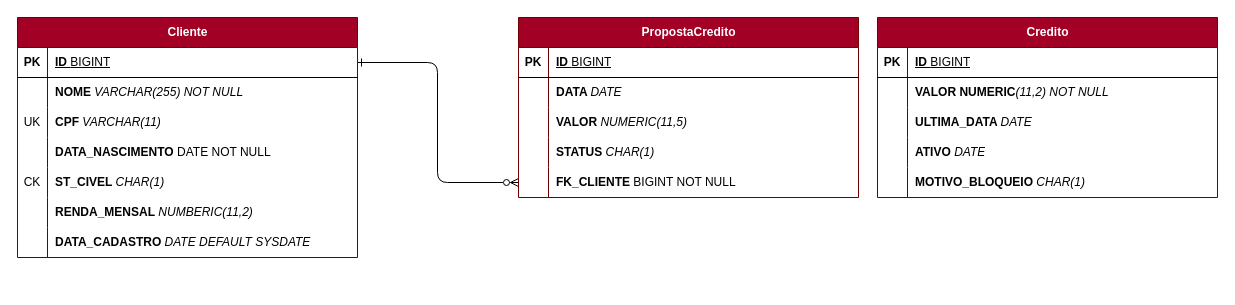
JAILTONDPAULA/atividade2 keeps this draw.io diagram as src/main/resources/cets/DER.drawio. Above is the earlier version. Source tidied: cells renumbered, new cells numbered last; positions are measured from the earlier drawing's top-left corner, leaving out a move shared by most shapes. Both pictures are drawn from the tidied source at 100%, with x=0, y=0 at pixel (17, 17).
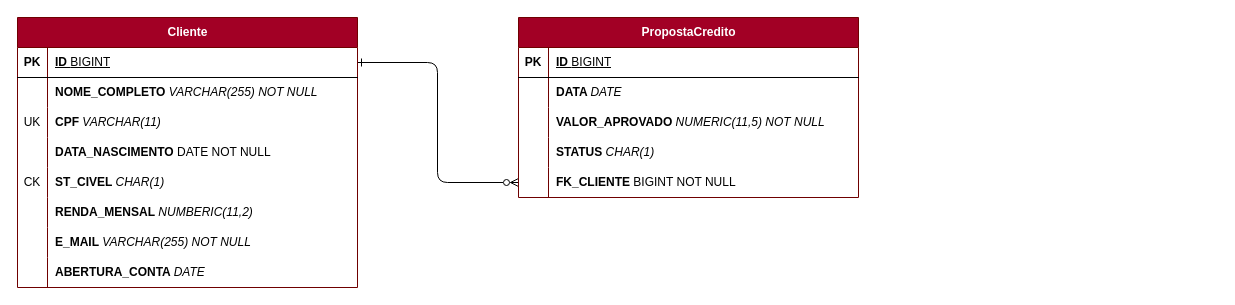
The same diagram, later.

The change refers to these unchanged cells:
```xml
<mxCell id="7" style="shape=tableRow;horizontal=0;startSize=0;swimlaneHead=0;swimlaneBody=0;fillColor=none;top=0;left=0;right=0;bottom=0;" parent="3" vertex="1">
  <mxGeometry y="60" width="340" height="30" as="geometry" />
</mxCell>
<mxCell id="22" style="shape=tableRow;horizontal=0;startSize=0;swimlaneHead=0;swimlaneBody=0;fillColor=none;top=0;left=0;right=0;bottom=0;" parent="3" vertex="1">
  <mxGeometry y="210" width="340" height="30" as="geometry" />
</mxCell>
<mxCell id="48" style="shape=tableRow;horizontal=0;startSize=0;swimlaneHead=0;swimlaneBody=0;fillColor=none;top=0;left=0;right=0;bottom=0;" parent="41" vertex="1">
  <mxGeometry y="90" width="340" height="30" as="geometry" />
</mxCell>
```

Change to the diagram source:
```diff
@@
     <mxCell id="3" value="Cliente" style="shape=table;startSize=30;childLayout=tableLayout;rowLines=0;fontStyle=1;align=center;html=1;fillColor=#a20025;fontColor=#ffffff;strokeColor=#6F0000;swimlaneFillColor=default;" parent="1" vertex="1">
-      <mxGeometry width="340" height="240" as="geometry" />
+      <mxGeometry width="340" height="270" as="geometry" />
     </mxCell>
@@
-    <mxCell id="9" value="&lt;b&gt;NOME &lt;/b&gt;&lt;i&gt;VARCHAR(255) NOT NULL&lt;/i&gt;" style="shape=partialRectangle;fillColor=none;top=0;left=0;bottom=0;right=0;align=left;spacingLeft=6;overflow=hidden;whiteSpace=wrap;html=1;" parent="7" vertex="1">
+    <mxCell id="9" value="&lt;b&gt;NOME_COMPLETO&amp;nbsp;&lt;/b&gt;&lt;i&gt;VARCHAR(255) NOT NULL&lt;/i&gt;" style="shape=partialRectangle;fillColor=none;top=0;left=0;bottom=0;right=0;align=left;spacingLeft=6;overflow=hidden;whiteSpace=wrap;html=1;" parent="7" vertex="1">
       <mxGeometry x="30" width="310" height="30" as="geometry" />
     </mxCell>
@@
-    <mxCell id="24" value="&lt;b&gt;DATA_CADASTRO&amp;nbsp;&lt;/b&gt;&lt;i&gt;DATE DEFAULT SYSDATE&amp;nbsp;&lt;/i&gt;" style="shape=partialRectangle;fillColor=none;top=0;left=0;bottom=0;right=0;align=left;spacingLeft=6;overflow=hidden;whiteSpace=wrap;html=1;" parent="22" vertex="1">
+    <mxCell id="24" value="&lt;b&gt;E_MAIL &lt;/b&gt;&lt;i&gt;VARCHAR(255) NOT NULL&amp;nbsp;&lt;/i&gt;" style="shape=partialRectangle;fillColor=none;top=0;left=0;bottom=0;right=0;align=left;spacingLeft=6;overflow=hidden;whiteSpace=wrap;html=1;" parent="22" vertex="1">
       <mxGeometry x="30" width="310" height="30" as="geometry" />
     </mxCell>
-    <mxCell id="25" value="Credito" style="shape=table;startSize=30;childLayout=tableLayout;rowLines=0;fontStyle=1;align=center;html=1;fillColor=#a20025;fontColor=#ffffff;strokeColor=#6F0000;swimlaneFillColor=default;" parent="1" vertex="1">
-      <mxGeometry x="860" width="340" height="180" as="geometry" />
-    </mxCell>
-    <mxCell id="26" style="shape=tableRow;horizontal=0;startSize=0;swimlaneHead=0;swimlaneBody=0;fillColor=none;top=0;left=0;right=0;bottom=1;" parent="25" vertex="1">
-      <mxGeometry y="30" width="340" height="30" as="geometry" />
-    </mxCell>
-    <mxCell id="27" value="PK" style="shape=partialRectangle;fillColor=none;top=0;left=0;bottom=0;right=0;fontStyle=1;overflow=hidden;whiteSpace=wrap;html=1;" parent="26" vertex="1">
-      <mxGeometry width="30" height="30" as="geometry" />
-    </mxCell>
-    <mxCell id="28" value="ID &lt;span style=&quot;font-weight: normal;&quot;&gt;BIGINT&lt;/span&gt;" style="shape=partialRectangle;fillColor=none;top=0;left=0;bottom=0;right=0;align=left;spacingLeft=6;fontStyle=5;overflow=hidden;whiteSpace=wrap;html=1;" parent="26" vertex="1">
-      <mxGeometry x="30" width="310" height="30" as="geometry" />
-    </mxCell>
-    <mxCell id="29" style="shape=tableRow;horizontal=0;startSize=0;swimlaneHead=0;swimlaneBody=0;fillColor=none;top=0;left=0;right=0;bottom=0;" parent="25" vertex="1">
-      <mxGeometry y="60" width="340" height="30" as="geometry" />
-    </mxCell>
-    <mxCell id="30" style="shape=partialRectangle;fillColor=none;top=0;left=0;bottom=0;right=0;overflow=hidden;whiteSpace=wrap;html=1;" parent="29" vertex="1">
-      <mxGeometry width="30" height="30" as="geometry" />
-    </mxCell>
-    <mxCell id="31" value="&lt;b&gt;VALOR NUMERIC&lt;/b&gt;&lt;i&gt;(11,2) NOT NULL&lt;/i&gt;" style="shape=partialRectangle;fillColor=none;top=0;left=0;bottom=0;right=0;align=left;spacingLeft=6;overflow=hidden;whiteSpace=wrap;html=1;" parent="29" vertex="1">
-      <mxGeometry x="30" width="310" height="30" as="geometry" />
-    </mxCell>
-    <mxCell id="32" style="shape=tableRow;horizontal=0;startSize=0;swimlaneHead=0;swimlaneBody=0;fillColor=none;top=0;left=0;right=0;bottom=0;" parent="25" vertex="1">
-      <mxGeometry y="90" width="340" height="30" as="geometry" />
-    </mxCell>
-    <mxCell id="33" style="shape=partialRectangle;fillColor=none;top=0;left=0;bottom=0;right=0;overflow=hidden;whiteSpace=wrap;html=1;" parent="32" vertex="1">
-      <mxGeometry width="30" height="30" as="geometry" />
-    </mxCell>
-    <mxCell id="34" value="&lt;b&gt;ULTIMA_DATA &lt;/b&gt;&lt;i style=&quot;&quot;&gt;DATE&lt;/i&gt;" style="shape=partialRectangle;fillColor=none;top=0;left=0;bottom=0;right=0;align=left;spacingLeft=6;overflow=hidden;whiteSpace=wrap;html=1;" parent="32" vertex="1">
-      <mxGeometry x="30" width="310" height="30" as="geometry" />
-    </mxCell>
-    <mxCell id="35" style="shape=tableRow;horizontal=0;startSize=0;swimlaneHead=0;swimlaneBody=0;fillColor=none;top=0;left=0;right=0;bottom=0;" parent="25" vertex="1">
-      <mxGeometry y="120" width="340" height="30" as="geometry" />
-    </mxCell>
-    <mxCell id="36" style="shape=partialRectangle;fillColor=none;top=0;left=0;bottom=0;right=0;overflow=hidden;whiteSpace=wrap;html=1;" parent="35" vertex="1">
-      <mxGeometry width="30" height="30" as="geometry" />
-    </mxCell>
-    <mxCell id="37" value="&lt;b&gt;ATIVO&amp;nbsp;&lt;/b&gt;&lt;i style=&quot;&quot;&gt;DATE&lt;/i&gt;" style="shape=partialRectangle;fillColor=none;top=0;left=0;bottom=0;right=0;align=left;spacingLeft=6;overflow=hidden;whiteSpace=wrap;html=1;" parent="35" vertex="1">
-      <mxGeometry x="30" width="310" height="30" as="geometry" />
-    </mxCell>
-    <mxCell id="38" style="shape=tableRow;horizontal=0;startSize=0;swimlaneHead=0;swimlaneBody=0;fillColor=none;top=0;left=0;right=0;bottom=0;" parent="25" vertex="1">
-      <mxGeometry y="150" width="340" height="30" as="geometry" />
-    </mxCell>
-    <mxCell id="39" style="shape=partialRectangle;fillColor=none;top=0;left=0;bottom=0;right=0;overflow=hidden;whiteSpace=wrap;html=1;" parent="38" vertex="1">
-      <mxGeometry width="30" height="30" as="geometry" />
-    </mxCell>
-    <mxCell id="40" value="&lt;b&gt;MOTIVO_BLOQUEIO&amp;nbsp;&lt;/b&gt;&lt;i style=&quot;&quot;&gt;CHAR(1)&lt;/i&gt;" style="shape=partialRectangle;fillColor=none;top=0;left=0;bottom=0;right=0;align=left;spacingLeft=6;overflow=hidden;whiteSpace=wrap;html=1;" parent="38" vertex="1">
-      <mxGeometry x="30" width="310" height="30" as="geometry" />
-    </mxCell>
+    <mxCell id="57" style="shape=tableRow;horizontal=0;startSize=0;swimlaneHead=0;swimlaneBody=0;fillColor=none;top=0;left=0;right=0;bottom=0;" parent="3" vertex="1">
+      <mxGeometry y="240" width="340" height="30" as="geometry" />
+    </mxCell>
+    <mxCell id="58" style="shape=partialRectangle;fillColor=none;top=0;left=0;bottom=0;right=0;overflow=hidden;whiteSpace=wrap;html=1;" parent="57" vertex="1">
+      <mxGeometry width="30" height="30" as="geometry" />
+    </mxCell>
+    <mxCell id="59" value="&lt;b&gt;ABERTURA_CONTA &lt;/b&gt;&lt;i&gt;DATE&amp;nbsp;&lt;/i&gt;" style="shape=partialRectangle;fillColor=none;top=0;left=0;bottom=0;right=0;align=left;spacingLeft=6;overflow=hidden;whiteSpace=wrap;html=1;" parent="57" vertex="1">
+      <mxGeometry x="30" width="310" height="30" as="geometry" />
+    </mxCell>
@@
-    <mxCell id="50" value="&lt;b&gt;VALOR &lt;/b&gt;&lt;i&gt;NUMERIC(11,5)&lt;/i&gt;" style="shape=partialRectangle;fillColor=none;top=0;left=0;bottom=0;right=0;align=left;spacingLeft=6;overflow=hidden;whiteSpace=wrap;html=1;" parent="48" vertex="1">
+    <mxCell id="50" value="&lt;b&gt;VALOR_APROVADO&amp;nbsp;&lt;/b&gt;&lt;i&gt;NUMERIC(11,5) NOT NULL&lt;/i&gt;" style="shape=partialRectangle;fillColor=none;top=0;left=0;bottom=0;right=0;align=left;spacingLeft=6;overflow=hidden;whiteSpace=wrap;html=1;" parent="48" vertex="1">
       <mxGeometry x="30" width="310" height="30" as="geometry" />
     </mxCell>
```
